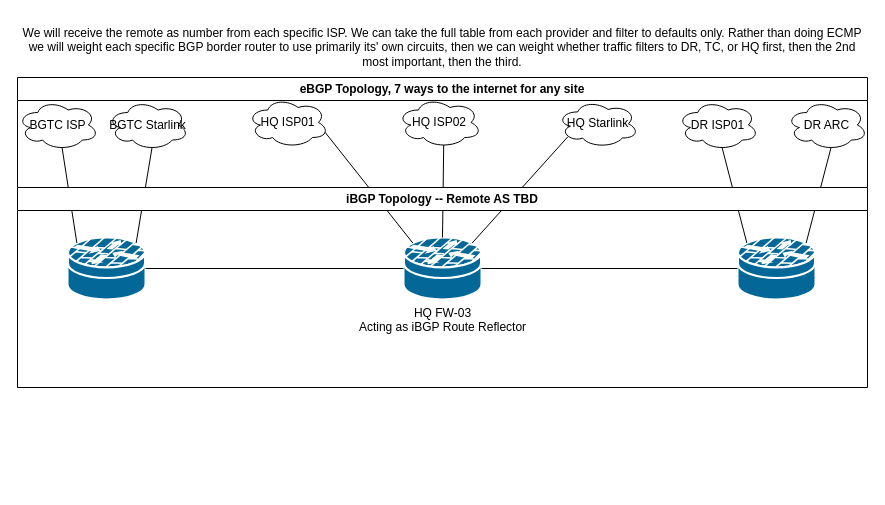
This is page "BGP Topo" (2 of 2) of Future_Network.drawio from adamrt918/Diagram, a draw.io file, before an edit. Source tidied: cells renumbered, new cells numbered last; positions are measured from the earlier drawing's top-left corner, leaving out a move shared by most shapes. Both pictures are drawn from the tidied source at 100%, with x=0, y=0 at pixel (17, 17).
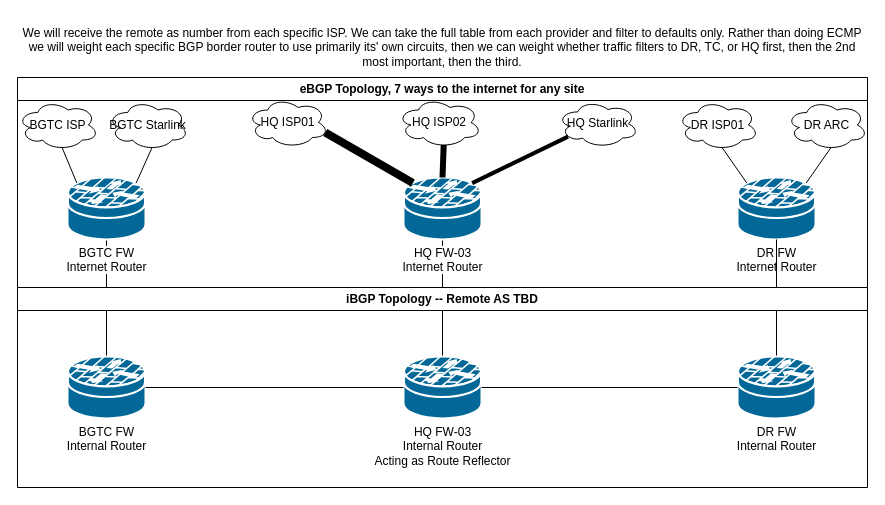
After the change.

Unchanged cells that the change refers to:
```xml
<mxCell id="3" value="HQ ISP01" style="ellipse;shape=cloud;whiteSpace=wrap;html=1;" parent="2" vertex="1">
  <mxGeometry x="230" y="20" width="81" height="50" as="geometry" />
</mxCell>
<mxCell id="4" value="HQ ISP02" style="ellipse;shape=cloud;whiteSpace=wrap;html=1;" parent="2" vertex="1">
  <mxGeometry x="380" y="20" width="84" height="50" as="geometry" />
</mxCell>
<mxCell id="5" value="HQ Starlink" style="ellipse;shape=cloud;whiteSpace=wrap;html=1;" parent="2" vertex="1">
  <mxGeometry x="540" y="22.5" width="81" height="47.5" as="geometry" />
</mxCell>
<mxCell id="6" value="BGTC ISP" style="ellipse;shape=cloud;whiteSpace=wrap;html=1;" parent="2" vertex="1">
  <mxGeometry y="22.5" width="81" height="50" as="geometry" />
</mxCell>
<mxCell id="7" value="BGTC Starlink" style="ellipse;shape=cloud;whiteSpace=wrap;html=1;" parent="2" vertex="1">
  <mxGeometry x="90" y="22.5" width="81" height="50" as="geometry" />
</mxCell>
<mxCell id="8" value="DR ISP01" style="ellipse;shape=cloud;whiteSpace=wrap;html=1;" parent="2" vertex="1">
  <mxGeometry x="660" y="22.5" width="81" height="50" as="geometry" />
</mxCell>
<mxCell id="9" value="DR ARC" style="ellipse;shape=cloud;whiteSpace=wrap;html=1;" parent="2" vertex="1">
  <mxGeometry x="769" y="22.5" width="81" height="50" as="geometry" />
</mxCell>
```

What changed in the source:
```diff
@@
+    <mxCell id="24" style="edgeStyle=orthogonalEdgeStyle;rounded=0;jettySize=auto;html=1;endArrow=none;startFill=0;" parent="1" edge="1" source="10" target="28">
+      <mxGeometry relative="1" as="geometry" />
+    </mxCell>
+    <mxCell id="25" style="endArrow=none;html=1;rounded=0;entryX=0.5;entryY=1;entryDx=0;entryDy=0;entryPerimeter=0;exitX=0.5;exitY=0;exitDx=0;exitDy=0;exitPerimeter=0;" parent="1" edge="1" source="27" target="14">
+      <mxGeometry relative="1" as="geometry" />
+    </mxCell>
     <mxCell id="2" value="eBGP Topology, 7 ways to the internet for any site" style="swimlane;whiteSpace=wrap;html=1;" parent="1" vertex="1">
-      <mxGeometry y="60" width="850" height="110" as="geometry" />
+      <mxGeometry y="60" width="850" height="210" as="geometry" />
     </mxCell>
@@
-    <mxCell id="10" value="HQ FW-03&lt;div&gt;Acting as iBGP Route Reflector&lt;/div&gt;" style="shape=mxgraph.cisco.security.router_firewall;sketch=0;html=1;dashed=0;fillColor=#036897;strokeColor=#ffffff;strokeWidth=2;verticalLabelPosition=bottom;verticalAlign=top;align=center;outlineConnect=0;" parent="1" vertex="1">
-      <mxGeometry x="386" y="220" width="78" height="62" as="geometry" />
+    <mxCell id="10" value="&lt;span style=&quot;background-color: light-dark(#ffffff, var(--ge-dark-color, #121212));&quot;&gt;HQ FW-03&lt;/span&gt;&lt;div&gt;&lt;span style=&quot;background-color: light-dark(#ffffff, var(--ge-dark-color, #121212));&quot;&gt;Internet Router&lt;/span&gt;&lt;/div&gt;" style="shape=mxgraph.cisco.security.router_firewall;sketch=0;html=1;dashed=0;fillColor=#036897;strokeColor=#ffffff;strokeWidth=2;verticalLabelPosition=bottom;verticalAlign=top;align=center;outlineConnect=0;" parent="2" vertex="1">
+      <mxGeometry x="386" y="100" width="78" height="62" as="geometry" />
     </mxCell>
+    <mxCell id="14" value="&lt;span style=&quot;background-color: light-dark(#ffffff, var(--ge-dark-color, #121212));&quot;&gt;BGTC FW&lt;/span&gt;&lt;div&gt;&lt;span style=&quot;background-color: light-dark(#ffffff, var(--ge-dark-color, #121212));&quot;&gt;Internet Router&lt;/span&gt;&lt;/div&gt;" style="shape=mxgraph.cisco.security.router_firewall;sketch=0;html=1;dashed=0;fillColor=#036897;strokeColor=#ffffff;strokeWidth=2;verticalLabelPosition=bottom;verticalAlign=top;align=center;outlineConnect=0;" parent="2" vertex="1">
+      <mxGeometry x="50" y="100" width="78" height="62" as="geometry" />
+    </mxCell>
+    <mxCell id="17" value="&lt;span style=&quot;background-color: light-dark(#ffffff, var(--ge-dark-color, #121212));&quot;&gt;DR FW&lt;/span&gt;&lt;div&gt;&lt;span style=&quot;background-color: light-dark(#ffffff, var(--ge-dark-color, #121212));&quot;&gt;Internet Router&lt;/span&gt;&lt;/div&gt;" style="shape=mxgraph.cisco.security.router_firewall;sketch=0;html=1;dashed=0;fillColor=#036897;strokeColor=#ffffff;strokeWidth=2;verticalLabelPosition=bottom;verticalAlign=top;align=center;outlineConnect=0;" parent="2" vertex="1">
+      <mxGeometry x="720" y="100" width="78" height="62" as="geometry" />
+    </mxCell>
-    <mxCell id="11" style="endArrow=none;html=1;rounded=0;entryX=0.96;entryY=0.7;entryDx=0;entryDy=0;entryPerimeter=0;exitX=0.12;exitY=0.09;exitDx=0;exitDy=0;exitPerimeter=0;" parent="1" edge="1" source="10" target="3">
+    <mxCell id="11" style="endArrow=none;html=1;rounded=0;entryX=0.96;entryY=0.7;entryDx=0;entryDy=0;entryPerimeter=0;exitX=0.12;exitY=0.09;exitDx=0;exitDy=0;exitPerimeter=0;strokeWidth=8;strokeColor=light-dark(#000000,#00FF00);" parent="2" edge="1" source="10" target="3">
       <mxGeometry relative="1" as="geometry" />
     </mxCell>
-    <mxCell id="12" style="endArrow=none;html=1;rounded=0;entryX=0.55;entryY=0.95;entryDx=0;entryDy=0;entryPerimeter=0;exitX=0.5;exitY=0;exitDx=0;exitDy=0;exitPerimeter=0;" parent="1" edge="1" source="10" target="4">
+    <mxCell id="12" style="endArrow=none;html=1;rounded=0;entryX=0.55;entryY=0.95;entryDx=0;entryDy=0;entryPerimeter=0;exitX=0.5;exitY=0;exitDx=0;exitDy=0;exitPerimeter=0;strokeColor=light-dark(#000000,#3399FF);strokeWidth=6;" parent="2" edge="1" source="10" target="4">
       <mxGeometry relative="1" as="geometry" />
     </mxCell>
-    <mxCell id="13" style="endArrow=none;html=1;rounded=0;entryX=0.13;entryY=0.77;entryDx=0;entryDy=0;entryPerimeter=0;exitX=0.88;exitY=0.09;exitDx=0;exitDy=0;exitPerimeter=0;" parent="1" edge="1" source="10" target="5">
+    <mxCell id="13" style="endArrow=none;html=1;rounded=0;entryX=0.13;entryY=0.77;entryDx=0;entryDy=0;entryPerimeter=0;exitX=0.88;exitY=0.09;exitDx=0;exitDy=0;exitPerimeter=0;strokeColor=light-dark(#000000,#FF6666);strokeWidth=4;" parent="2" edge="1" source="10" target="5">
       <mxGeometry relative="1" as="geometry" />
     </mxCell>
-    <mxCell id="14" style="shape=mxgraph.cisco.security.router_firewall;sketch=0;html=1;dashed=0;fillColor=#036897;strokeColor=#ffffff;strokeWidth=2;verticalLabelPosition=bottom;verticalAlign=top;align=center;outlineConnect=0;" parent="1" vertex="1">
-      <mxGeometry x="50" y="220" width="78" height="62" as="geometry" />
-    </mxCell>
-    <mxCell id="15" style="endArrow=none;html=1;rounded=0;entryX=0.55;entryY=0.95;entryDx=0;entryDy=0;entryPerimeter=0;exitX=0.12;exitY=0.09;exitDx=0;exitDy=0;exitPerimeter=0;" parent="1" edge="1" source="14" target="6">
+    <mxCell id="15" style="endArrow=none;html=1;rounded=0;entryX=0.55;entryY=0.95;entryDx=0;entryDy=0;entryPerimeter=0;exitX=0.12;exitY=0.09;exitDx=0;exitDy=0;exitPerimeter=0;" parent="2" edge="1" source="14" target="6">
       <mxGeometry relative="1" as="geometry" />
     </mxCell>
-    <mxCell id="16" style="endArrow=none;html=1;rounded=0;entryX=0.55;entryY=0.95;entryDx=0;entryDy=0;entryPerimeter=0;exitX=0.88;exitY=0.09;exitDx=0;exitDy=0;exitPerimeter=0;" parent="1" edge="1" source="14" target="7">
+    <mxCell id="16" style="endArrow=none;html=1;rounded=0;entryX=0.55;entryY=0.95;entryDx=0;entryDy=0;entryPerimeter=0;exitX=0.88;exitY=0.09;exitDx=0;exitDy=0;exitPerimeter=0;" parent="2" edge="1" source="14" target="7">
       <mxGeometry relative="1" as="geometry" />
     </mxCell>
-    <mxCell id="17" style="shape=mxgraph.cisco.security.router_firewall;sketch=0;html=1;dashed=0;fillColor=#036897;strokeColor=#ffffff;strokeWidth=2;verticalLabelPosition=bottom;verticalAlign=top;align=center;outlineConnect=0;" parent="1" vertex="1">
-      <mxGeometry x="720" y="220" width="78" height="62" as="geometry" />
-    </mxCell>
-    <mxCell id="18" style="endArrow=none;html=1;rounded=0;entryX=0.55;entryY=0.95;entryDx=0;entryDy=0;entryPerimeter=0;exitX=0.12;exitY=0.09;exitDx=0;exitDy=0;exitPerimeter=0;" parent="1" edge="1" source="17" target="8">
+    <mxCell id="18" style="endArrow=none;html=1;rounded=0;entryX=0.55;entryY=0.95;entryDx=0;entryDy=0;entryPerimeter=0;exitX=0.12;exitY=0.09;exitDx=0;exitDy=0;exitPerimeter=0;" parent="2" edge="1" source="17" target="8">
       <mxGeometry relative="1" as="geometry" />
     </mxCell>
-    <mxCell id="19" style="endArrow=none;html=1;rounded=0;entryX=0.55;entryY=0.95;entryDx=0;entryDy=0;entryPerimeter=0;exitX=0.88;exitY=0.09;exitDx=0;exitDy=0;exitPerimeter=0;" parent="1" edge="1" source="17" target="9">
+    <mxCell id="19" style="endArrow=none;html=1;rounded=0;entryX=0.55;entryY=0.95;entryDx=0;entryDy=0;entryPerimeter=0;exitX=0.88;exitY=0.09;exitDx=0;exitDy=0;exitPerimeter=0;" parent="2" edge="1" source="17" target="9">
       <mxGeometry relative="1" as="geometry" />
     </mxCell>
+    <mxCell id="26" style="edgeStyle=orthogonalEdgeStyle;rounded=0;jettySize=auto;html=1;endArrow=none;startFill=0;" parent="1" edge="1" source="17" target="29">
+      <mxGeometry relative="1" as="geometry" />
+    </mxCell>
@@
     <mxCell id="21" value="iBGP Topology -- Remote AS TBD" style="swimlane;whiteSpace=wrap;html=1;" parent="1" vertex="1">
-      <mxGeometry y="170" width="850" height="200" as="geometry" />
+      <mxGeometry y="270" width="850" height="200" as="geometry" />
     </mxCell>
-    <mxCell id="22" style="endArrow=none;html=1;rounded=0;exitX=1;exitY=0.5;exitDx=0;exitDy=0;exitPerimeter=0;entryX=0;entryY=0.5;entryDx=0;entryDy=0;entryPerimeter=0;" parent="1" edge="1" source="14" target="10">
-      <mxGeometry relative="1" as="geometry" />
-    </mxCell>
-    <mxCell id="23" style="endArrow=none;html=1;rounded=0;entryX=0;entryY=0.5;entryDx=0;entryDy=0;entryPerimeter=0;exitX=1;exitY=0.5;exitDx=0;exitDy=0;exitPerimeter=0;" parent="1" edge="1" source="10" target="17">
-      <mxGeometry relative="1" as="geometry" />
-    </mxCell>
+    <mxCell id="27" value="BGTC FW&lt;div&gt;Internal Router&lt;/div&gt;" style="shape=mxgraph.cisco.security.router_firewall;sketch=0;html=1;dashed=0;fillColor=#036897;strokeColor=#ffffff;strokeWidth=2;verticalLabelPosition=bottom;verticalAlign=top;align=center;outlineConnect=0;" parent="21" vertex="1">
+      <mxGeometry x="50" y="69" width="78" height="62" as="geometry" />
+    </mxCell>
+    <mxCell id="28" value="HQ FW-03&lt;div&gt;Internal Router&lt;/div&gt;&lt;div&gt;Acting as Route Reflector&lt;/div&gt;" style="shape=mxgraph.cisco.security.router_firewall;sketch=0;html=1;dashed=0;fillColor=#036897;strokeColor=#ffffff;strokeWidth=2;verticalLabelPosition=bottom;verticalAlign=top;align=center;outlineConnect=0;" parent="21" vertex="1">
+      <mxGeometry x="386" y="69" width="78" height="62" as="geometry" />
+    </mxCell>
+    <mxCell id="29" value="DR FW&lt;div&gt;Internal Router&lt;/div&gt;" style="shape=mxgraph.cisco.security.router_firewall;sketch=0;html=1;dashed=0;fillColor=#036897;strokeColor=#ffffff;strokeWidth=2;verticalLabelPosition=bottom;verticalAlign=top;align=center;outlineConnect=0;" parent="21" vertex="1">
+      <mxGeometry x="720" y="69" width="78" height="62" as="geometry" />
+    </mxCell>
+    <mxCell id="30" style="endArrow=none;html=1;rounded=0;exitX=1;exitY=0.5;exitDx=0;exitDy=0;exitPerimeter=0;entryX=0;entryY=0.5;entryDx=0;entryDy=0;entryPerimeter=0;" parent="21" edge="1" source="27" target="28">
+      <mxGeometry relative="1" as="geometry" />
+    </mxCell>
+    <mxCell id="31" style="endArrow=none;html=1;rounded=0;entryX=1;entryY=0.5;entryDx=0;entryDy=0;entryPerimeter=0;exitX=0;exitY=0.5;exitDx=0;exitDy=0;exitPerimeter=0;" parent="21" edge="1" source="29" target="28">
+      <mxGeometry relative="1" as="geometry" />
+    </mxCell>
```
